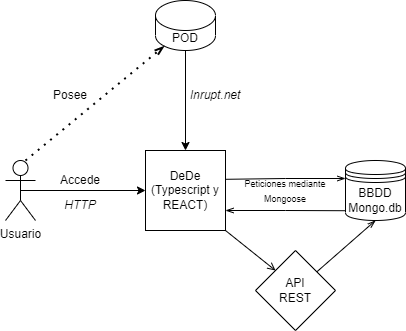
Above: docs/images/Punto 3 Diagrama tecnico.png in Arquisoft/dede_es1c (draw.io), before the change. Source tidied: cells renumbered, new cells last; positions are measured from the earlier drawing's top-left corner, leaving out a move shared by most shapes.
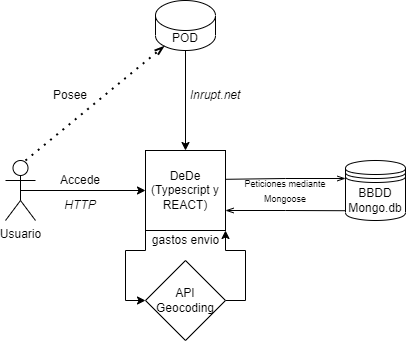
The same file after the commit.

Diff of the diagram source:
```diff
@@ -5,6 +5,9 @@
     <mxCell id="2" style="edgeStyle=orthogonalEdgeStyle;rounded=0;jettySize=auto;html=1;exitX=1;exitY=0.75;exitDx=0;exitDy=0;entryX=0.01;entryY=0.837;entryDx=0;entryDy=0;entryPerimeter=0;startArrow=openThin;startFill=0;endArrow=none;endFill=0;" parent="1" edge="1" source="3" target="13">
       <mxGeometry relative="1" as="geometry" />
     </mxCell>
+    <mxCell id="16" style="edgeStyle=orthogonalEdgeStyle;rounded=0;jettySize=auto;html=1;exitX=0;exitY=1;exitDx=0;exitDy=0;entryX=0;entryY=0.5;entryDx=0;entryDy=0;" parent="1" edge="1" source="3" target="14">
+      <mxGeometry relative="1" as="geometry" />
+    </mxCell>
     <mxCell id="3" value="DeDe&lt;br&gt;(Typescript y REACT)" style="whiteSpace=wrap;html=1;" parent="1" vertex="1">
       <mxGeometry x="140" y="150" width="80" height="80" as="geometry" />
     </mxCell>
@@ -40,20 +43,26 @@
     <mxCell id="13" value="BBDD&lt;br&gt;Mongo.db" style="shape=datastore;whiteSpace=wrap;html=1;" parent="1" vertex="1">
       <mxGeometry x="340" y="160" width="60" height="60" as="geometry" />
     </mxCell>
+    <mxCell id="19" style="edgeStyle=orthogonalEdgeStyle;rounded=0;jettySize=auto;html=1;exitX=1;exitY=0.5;exitDx=0;exitDy=0;entryX=1;entryY=1;entryDx=0;entryDy=0;" parent="1" edge="1" source="14" target="3">
+      <mxGeometry relative="1" as="geometry">
+        <Array as="points">
+          <mxPoint x="240" y="300" />
+          <mxPoint x="240" y="250" />
+          <mxPoint x="220" y="250" />
+        </Array>
+      </mxGeometry>
+    </mxCell>
-    <mxCell id="14" value="API&lt;br&gt;REST" style="rhombus;whiteSpace=wrap;html=1;" parent="1" vertex="1">
-      <mxGeometry x="250" y="250" width="80" height="80" as="geometry" />
+    <mxCell id="14" value="API&lt;br&gt;Geocoding" style="rhombus;whiteSpace=wrap;html=1;" parent="1" vertex="1">
+      <mxGeometry x="140" y="260" width="80" height="80" as="geometry" />
     </mxCell>
     <mxCell id="15" value="&lt;font style=&quot;font-size: 9px&quot;&gt;Peticiones mediante Mongoose&lt;/font&gt;" style="text;html=1;strokeColor=none;fillColor=none;align=center;verticalAlign=middle;whiteSpace=wrap;rounded=0;" parent="1" vertex="1">
       <mxGeometry x="230" y="165" width="100" height="50" as="geometry" />
     </mxCell>
-    <mxCell id="16" style="endArrow=open;html=1;rounded=0;fontSize=9;entryX=0;entryY=0;entryDx=0;entryDy=0;exitX=1;exitY=1;exitDx=0;exitDy=0;endFill=0;" parent="1" edge="1" source="3" target="14">
-      <mxGeometry relative="1" as="geometry" />
-    </mxCell>
-    <mxCell id="17" style="endArrow=openThin;html=1;rounded=0;fontSize=9;entryX=0.5;entryY=1;entryDx=0;entryDy=0;endFill=0;" parent="1" edge="1" source="14" target="13">
-      <mxGeometry relative="1" as="geometry" />
-    </mxCell>
     <mxCell id="18" value="&lt;i&gt;Inrupt.net&lt;/i&gt;" style="text;html=1;strokeColor=none;fillColor=none;align=center;verticalAlign=middle;whiteSpace=wrap;rounded=0;" parent="1" vertex="1">
       <mxGeometry x="180" y="80" width="60" height="30" as="geometry" />
     </mxCell>
+    <mxCell id="20" value="gastos envio" style="text;html=1;align=center;verticalAlign=middle;strokeColor=none;fillColor=none;" parent="1" vertex="1">
+      <mxGeometry x="140" y="230" width="80" height="20" as="geometry" />
+    </mxCell>
   </root>
 </mxGraphModel>
```
